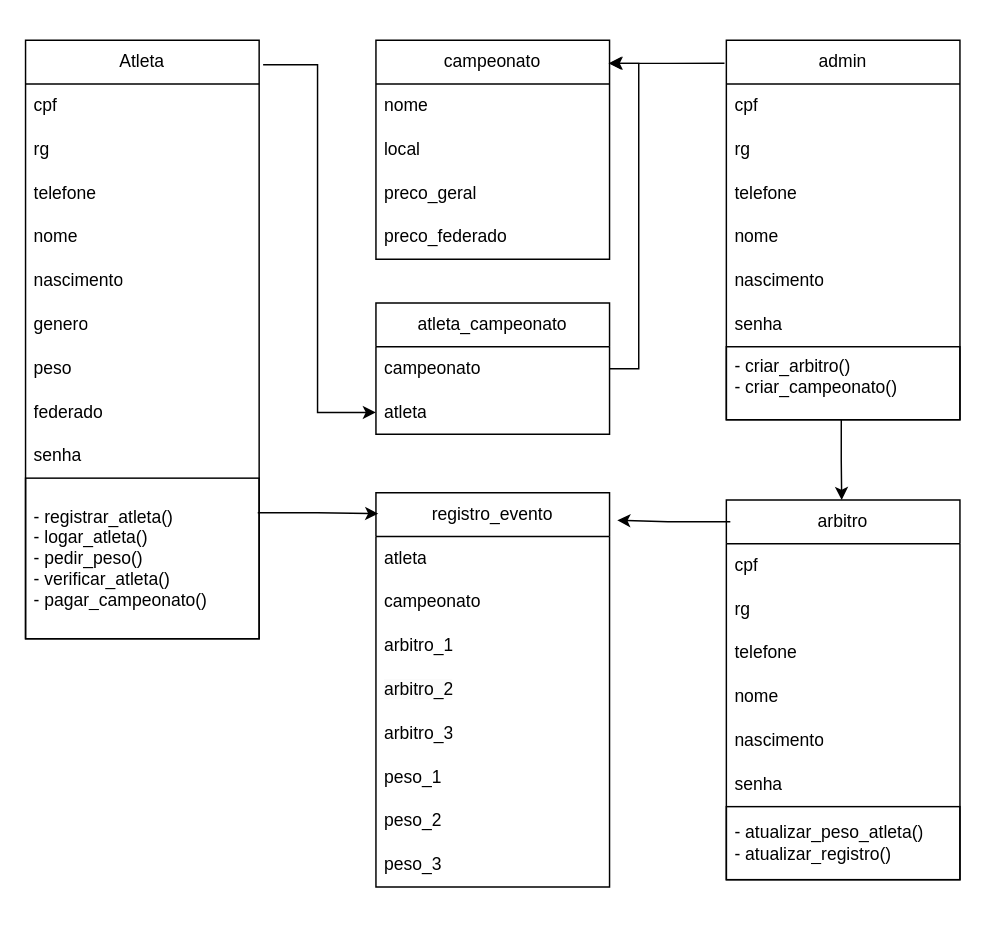
The draw.io diagram diagrama_de_classe.drawio in pedro11065/PMS, before the edit. Source tidied: cells renumbered, new cells numbered last; positions are measured from the earlier drawing's top-left corner, leaving out a move shared by most shapes. Both pictures are drawn from the tidied source at 146%, with x=0, y=0 at pixel (25, 39).
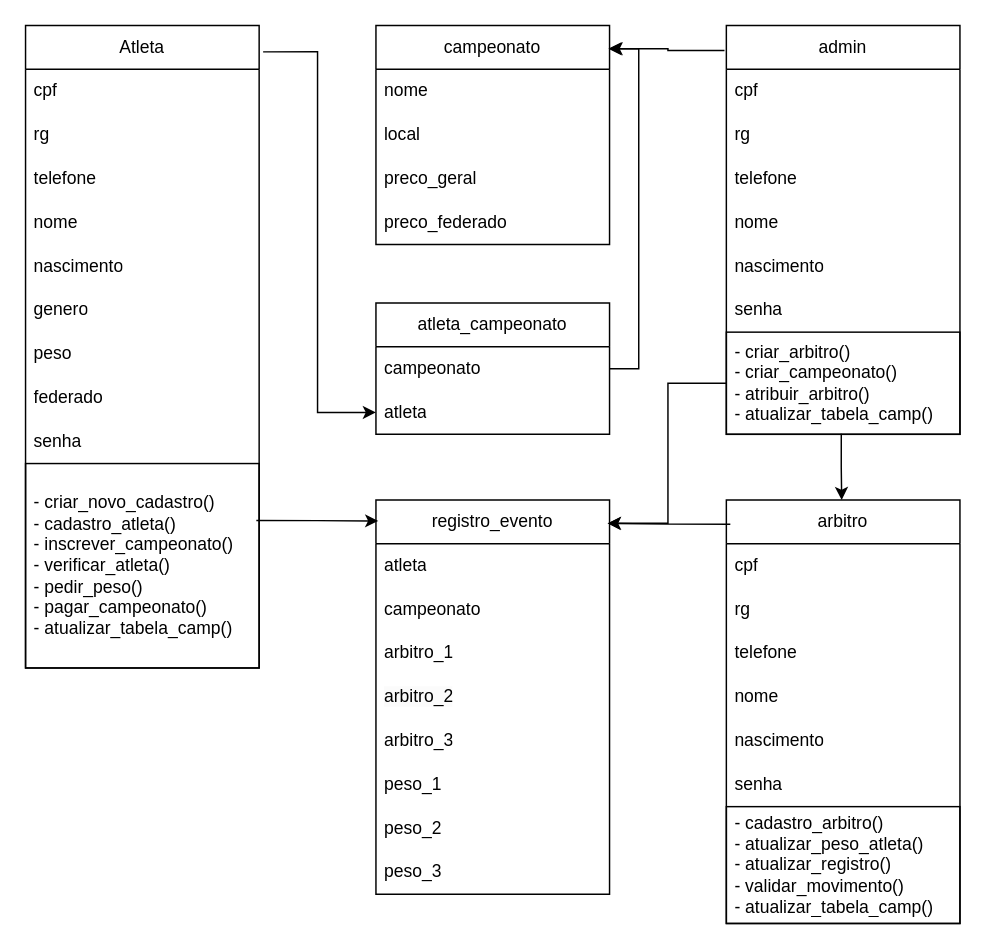
After the change.

Change to the diagram source:
```diff
@@
     <mxCell id="3" value="Atleta" style="swimlane;fontStyle=0;horizontal=1;startSize=30;whiteSpace=wrap;html=1;" parent="1" vertex="1">
-      <mxGeometry width="160" height="410" as="geometry" />
+      <mxGeometry y="-10" width="160" height="440" as="geometry" />
     </mxCell>
@@
-    <mxCell id="13" value="- registrar_atleta()&lt;div&gt;- logar_atleta()&lt;/div&gt;&lt;div&gt;- pedir_peso()&lt;/div&gt;&lt;div&gt;- verificar_atleta()&lt;/div&gt;&lt;div&gt;- pagar_campeonato()&lt;/div&gt;" style="text;strokeColor=default;fillColor=none;align=left;verticalAlign=middle;spacingLeft=4;spacingRight=4;overflow=hidden;points=[[0,0.5],[1,0.5]];portConstraint=eastwest;whiteSpace=wrap;html=1;" parent="3" vertex="1">
-      <mxGeometry y="300" width="160" height="110" as="geometry" />
+    <mxCell id="13" value="- criar_novo_cadastro()&lt;div&gt;- cadastro_atleta()&lt;/div&gt;&lt;div&gt;- inscrever_campeonato()&lt;/div&gt;&lt;div&gt;- verificar_atleta()&lt;/div&gt;&lt;div&gt;- pedir_peso()&lt;/div&gt;&lt;div&gt;- pagar_campeonato()&lt;/div&gt;&lt;div&gt;- atualizar_tabela_camp()&lt;/div&gt;" style="text;strokeColor=default;fillColor=none;align=left;verticalAlign=middle;spacingLeft=4;spacingRight=4;overflow=hidden;points=[[0,0.5],[1,0.5]];portConstraint=eastwest;whiteSpace=wrap;html=1;" parent="3" vertex="1">
+      <mxGeometry y="300" width="160" height="140" as="geometry" />
     </mxCell>
     <mxCell id="14" value="admin" style="swimlane;fontStyle=0;horizontal=1;startSize=30;whiteSpace=wrap;html=1;" parent="1" vertex="1">
-      <mxGeometry x="480" width="160" height="260" as="geometry" />
+      <mxGeometry x="480" y="-10" width="160" height="280" as="geometry" />
     </mxCell>
@@
-    <mxCell id="21" value="&lt;div&gt;&lt;span style=&quot;background-color: transparent; color: light-dark(rgb(0, 0, 0), rgb(255, 255, 255));&quot;&gt;- criar_arbitro()&lt;/span&gt;&lt;/div&gt;- criar_campeonato()&lt;div&gt;&lt;br&gt;&lt;/div&gt;" style="text;strokeColor=default;fillColor=none;align=left;verticalAlign=top;spacingLeft=4;spacingRight=4;overflow=hidden;points=[[0,0.5],[1,0.5]];portConstraint=eastwest;whiteSpace=wrap;html=1;" parent="14" vertex="1">
-      <mxGeometry y="210" width="160" height="50" as="geometry" />
+    <mxCell id="21" value="&lt;div&gt;&lt;span style=&quot;background-color: transparent; color: light-dark(rgb(0, 0, 0), rgb(255, 255, 255));&quot;&gt;- criar_arbitro()&lt;/span&gt;&lt;/div&gt;&lt;div&gt;- criar_campeonato()&lt;/div&gt;&lt;div&gt;- atribuir_arbitro()&lt;/div&gt;&lt;div&gt;- atualizar_tabela_camp()&lt;/div&gt;&lt;div&gt;&lt;br&gt;&lt;/div&gt;&lt;div&gt;&lt;br&gt;&lt;/div&gt;" style="text;strokeColor=default;fillColor=none;align=left;verticalAlign=top;spacingLeft=4;spacingRight=4;overflow=hidden;points=[[0,0.5],[1,0.5]];portConstraint=eastwest;whiteSpace=wrap;html=1;" parent="14" vertex="1">
+      <mxGeometry y="210" width="160" height="70" as="geometry" />
     </mxCell>
     <mxCell id="22" value="&lt;div&gt;campeonato&lt;/div&gt;" style="swimlane;fontStyle=0;horizontal=1;startSize=30;whiteSpace=wrap;html=1;" parent="1" vertex="1">
-      <mxGeometry x="240" width="160" height="150" as="geometry" />
+      <mxGeometry x="240" y="-10" width="160" height="150" as="geometry" />
     </mxCell>
@@
     <mxCell id="27" value="registro_evento" style="swimlane;fontStyle=0;horizontal=1;startSize=30;whiteSpace=wrap;html=1;" parent="1" vertex="1">
-      <mxGeometry x="240" y="310" width="160" height="270" as="geometry" />
+      <mxGeometry x="240" y="315" width="160" height="270" as="geometry" />
     </mxCell>
@@
     <mxCell id="36" value="arbitro" style="swimlane;fontStyle=0;horizontal=1;startSize=30;whiteSpace=wrap;html=1;" parent="1" vertex="1">
-      <mxGeometry x="480" y="315" width="160" height="260" as="geometry" />
+      <mxGeometry x="480" y="315" width="160" height="290" as="geometry" />
     </mxCell>
@@
-    <mxCell id="43" value="- atualizar_peso_atleta()&lt;div&gt;- atualizar_registro()&lt;/div&gt;" style="text;strokeColor=default;fillColor=none;align=left;verticalAlign=middle;spacingLeft=4;spacingRight=4;overflow=hidden;whiteSpace=wrap;html=1;" parent="36" vertex="1">
-      <mxGeometry y="210" width="160" height="50" as="geometry" />
+    <mxCell id="43" value="- cadastro_arbitro()&lt;div&gt;- atualizar_peso_atleta()&lt;/div&gt;&lt;div&gt;- atualizar_registro()&lt;/div&gt;&lt;div&gt;- validar_movimento()&lt;/div&gt;&lt;div&gt;- atualizar_tabela_camp()&lt;/div&gt;" style="text;strokeColor=default;fillColor=none;align=left;verticalAlign=middle;spacingLeft=4;spacingRight=4;overflow=hidden;whiteSpace=wrap;html=1;" parent="36" vertex="1">
+      <mxGeometry y="210" width="160" height="80" as="geometry" />
     </mxCell>
@@
-    <mxCell id="47" style="edgeStyle=orthogonalEdgeStyle;rounded=0;jettySize=auto;html=1;entryX=0.01;entryY=0.053;entryDx=0;entryDy=0;entryPerimeter=0;exitX=0.994;exitY=0.215;exitDx=0;exitDy=0;exitPerimeter=0;" parent="1" edge="1" source="13" target="27">
+    <mxCell id="47" style="edgeStyle=orthogonalEdgeStyle;rounded=0;jettySize=auto;html=1;entryX=0.01;entryY=0.053;entryDx=0;entryDy=0;entryPerimeter=0;exitX=0.988;exitY=0.279;exitDx=0;exitDy=0;exitPerimeter=0;" parent="1" edge="1" source="13" target="27">
       <mxGeometry relative="1" as="geometry" />
     </mxCell>
@@
-    <mxCell id="49" style="edgeStyle=orthogonalEdgeStyle;rounded=0;jettySize=auto;html=1;entryX=1.033;entryY=0.07;entryDx=0;entryDy=0;entryPerimeter=0;exitX=0.017;exitY=0.057;exitDx=0;exitDy=0;exitPerimeter=0;" parent="1" edge="1" source="36" target="27">
+    <mxCell id="49" style="edgeStyle=orthogonalEdgeStyle;rounded=0;jettySize=auto;html=1;entryX=0.991;entryY=0.059;entryDx=0;entryDy=0;entryPerimeter=0;exitX=0.017;exitY=0.057;exitDx=0;exitDy=0;exitPerimeter=0;" parent="1" edge="1" source="36" target="27">
       <mxGeometry relative="1" as="geometry" />
     </mxCell>
@@
+    <mxCell id="52" style="edgeStyle=orthogonalEdgeStyle;rounded=0;jettySize=auto;html=1;exitX=0;exitY=0.5;exitDx=0;exitDy=0;entryX=0.993;entryY=0.059;entryDx=0;entryDy=0;entryPerimeter=0;" parent="1" edge="1" source="21" target="27">
+      <mxGeometry relative="1" as="geometry">
+        <Array as="points">
+          <mxPoint x="440" y="235" />
+          <mxPoint x="440" y="331" />
+        </Array>
+      </mxGeometry>
+    </mxCell>
```
